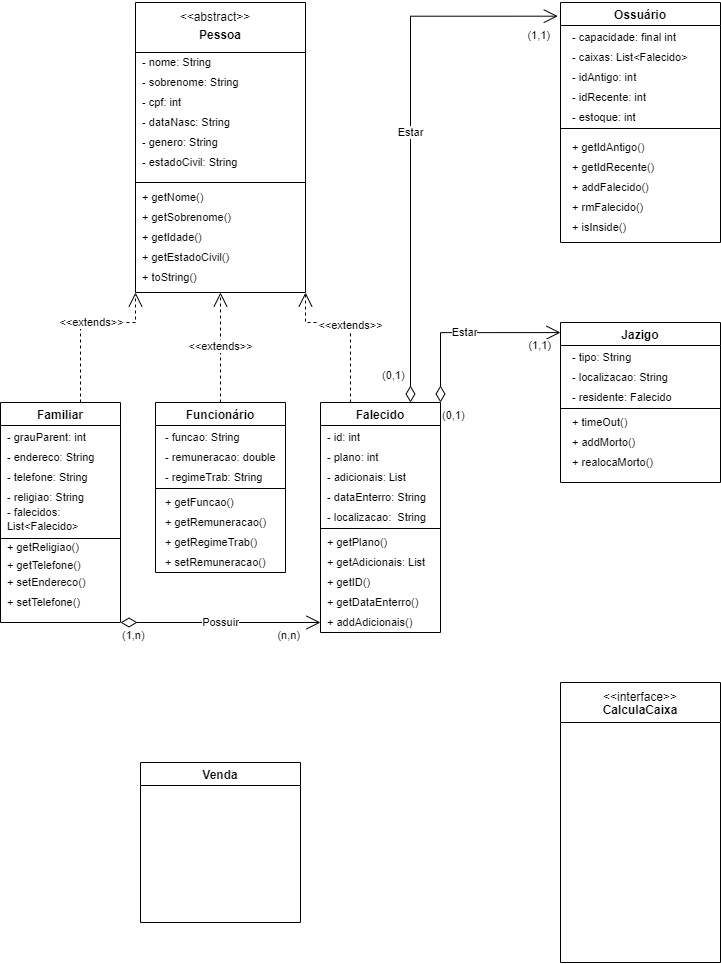
Earlier version of the draw.io export Diagrama_cemiterio.png (cemiterioPOO/Cemiterio). Source tidied: cells renumbered, new cells last; positions are measured from the earlier drawing's top-left corner, leaving out a move shared by most shapes.
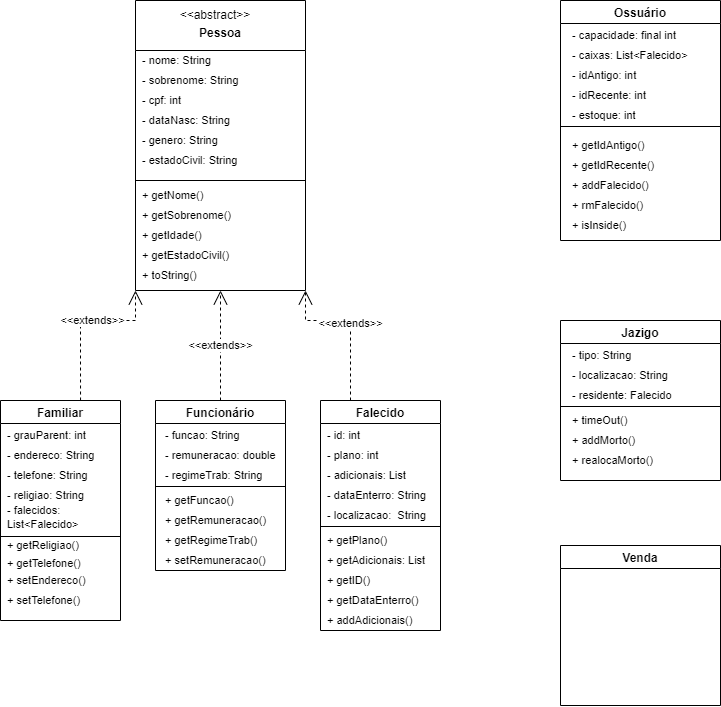
After the commit.

Change to the diagram source:
```diff
@@ -203,15 +203,9 @@
     <mxCell id="67" value="+ isInside()" style="text;html=1;strokeColor=none;fillColor=none;align=left;verticalAlign=middle;whiteSpace=wrap;rounded=0;fontSize=11;" parent="56" vertex="1">
       <mxGeometry x="10" y="210" width="110" height="30" as="geometry" />
     </mxCell>
-    <mxCell id="68" value="Venda" style="swimlane;" parent="1" vertex="1">
-      <mxGeometry x="140" y="760" width="160" height="160" as="geometry" />
+    <mxCell id="68" value="Venda" style="swimlane;startSize=23;" parent="1" vertex="1">
+      <mxGeometry x="560" y="545" width="160" height="160" as="geometry" />
     </mxCell>
-    <mxCell id="69" value="&#10;CalculaCaixa" style="swimlane;startSize=40;shadow=0;" parent="1" vertex="1">
-      <mxGeometry x="560" y="680" width="160" height="280" as="geometry" />
-    </mxCell>
-    <mxCell id="70" value="&amp;lt;&amp;lt;interface&amp;gt;&amp;gt;" style="text;html=1;strokeColor=none;fillColor=none;align=center;verticalAlign=middle;whiteSpace=wrap;rounded=0;shadow=0;" parent="69" vertex="1">
-      <mxGeometry x="50" width="60" height="30" as="geometry" />
-    </mxCell>
     <mxCell id="71" value="&amp;lt;&amp;lt;extends&amp;gt;&amp;gt;" style="endArrow=open;endSize=12;dashed=1;html=1;rounded=0;fontSize=11;exitX=0.667;exitY=0;exitDx=0;exitDy=0;entryX=0;entryY=1;entryDx=0;entryDy=0;exitPerimeter=0;" parent="1" edge="1" source="24" target="2">
       <mxGeometry x="0.12" relative="1" as="geometry">
         <Array as="points">
@@ -232,51 +226,5 @@
         </Array>
       </mxGeometry>
     </mxCell>
-    <mxCell id="74" value="Estar" style="endArrow=open;html=1;endSize=12;startArrow=diamondThin;startSize=14;startFill=0;edgeStyle=orthogonalEdgeStyle;rounded=0;fontSize=11;entryX=0;entryY=0.063;entryDx=0;entryDy=0;entryPerimeter=0;exitX=1;exitY=0;exitDx=0;exitDy=0;" parent="1" edge="1" source="44" target="16">
-      <mxGeometry relative="1" as="geometry">
-        <Array as="points">
-          <mxPoint x="440" y="330" />
-        </Array>
-      </mxGeometry>
-    </mxCell>
-    <mxCell id="75" value="(0,1)" style="edgeLabel;html=1;align=left;verticalAlign=top;fontSize=11;" parent="74" vertex="1">
-      <mxGeometry x="-1" relative="1" as="geometry" />
-    </mxCell>
-    <mxCell id="76" value="(1,1)" style="edgeLabel;html=1;align=right;verticalAlign=top;fontSize=11;" parent="74" vertex="1">
-      <mxGeometry x="1" relative="1" as="geometry">
-        <mxPoint x="-10" as="offset" />
-      </mxGeometry>
-    </mxCell>
-    <mxCell id="77" value="Estar" style="endArrow=open;html=1;endSize=12;startArrow=diamondThin;startSize=14;startFill=0;edgeStyle=orthogonalEdgeStyle;rounded=0;fontSize=11;exitX=0.75;exitY=0;exitDx=0;exitDy=0;entryX=-0.017;entryY=0.057;entryDx=0;entryDy=0;entryPerimeter=0;" parent="1" edge="1" source="44" target="56">
-      <mxGeometry x="0.01" relative="1" as="geometry">
-        <Array as="points">
-          <mxPoint x="410" y="14" />
-        </Array>
-      </mxGeometry>
-    </mxCell>
-    <mxCell id="78" value="(0,1)" style="edgeLabel;html=1;align=left;verticalAlign=top;fontSize=11;" parent="77" vertex="1">
-      <mxGeometry x="-1" relative="1" as="geometry">
-        <mxPoint x="-30" y="-40" as="offset" />
-      </mxGeometry>
-    </mxCell>
-    <mxCell id="79" value="(1,1)" style="edgeLabel;html=1;align=right;verticalAlign=top;fontSize=11;" parent="77" vertex="1">
-      <mxGeometry x="1" relative="1" as="geometry">
-        <mxPoint x="-7" y="6" as="offset" />
-      </mxGeometry>
-    </mxCell>
-    <mxCell id="80" value="Possuir" style="endArrow=open;html=1;endSize=12;startArrow=diamondThin;startSize=14;startFill=0;edgeStyle=orthogonalEdgeStyle;rounded=0;fontSize=11;" parent="1" edge="1">
-      <mxGeometry relative="1" as="geometry">
-        <mxPoint x="120" y="620" as="sourcePoint" />
-        <mxPoint x="320" y="620" as="targetPoint" />
-      </mxGeometry>
-    </mxCell>
-    <mxCell id="81" value="(1,n)" style="edgeLabel;html=1;align=left;verticalAlign=top;fontSize=11;" parent="80" vertex="1">
-      <mxGeometry x="-1" relative="1" as="geometry" />
-    </mxCell>
-    <mxCell id="82" value="(n,n)" style="edgeLabel;html=1;align=right;verticalAlign=top;fontSize=11;" parent="80" vertex="1">
-      <mxGeometry x="1" relative="1" as="geometry">
-        <mxPoint x="-20" as="offset" />
-      </mxGeometry>
-    </mxCell>
   </root>
 </mxGraphModel>
```
